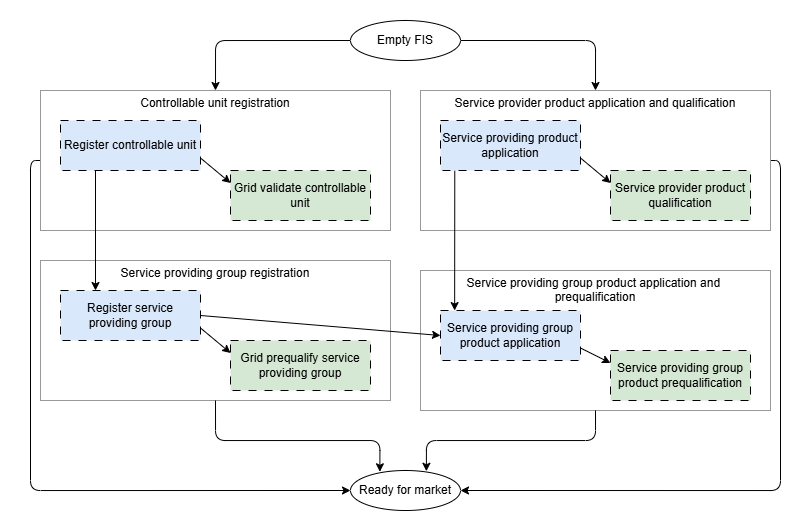
Before: docs/diagrams/ready_for_market.drawio.png, a diagram exported from draw.io (elhub/flex-information-system). Source tidied: cells renumbered, new cells last; positions are measured from the earlier drawing's top-left corner, leaving out a move shared by most shapes. The source it was exported from:
```xml
<mxGraphModel>
  <root>
    <mxCell id="0" />
    <mxCell id="1" parent="0" />
    <mxCell id="2" style="rounded=0;whiteSpace=wrap;html=1;strokeColor=none;" parent="1" vertex="1">
      <mxGeometry width="810" height="530" as="geometry" />
    </mxCell>
    <mxCell id="3" value="&lt;div&gt;Service providing group registration&lt;/div&gt;&lt;div&gt;&lt;br&gt;&lt;/div&gt;&lt;div&gt;&lt;br&gt;&lt;/div&gt;&lt;div&gt;&lt;br&gt;&lt;/div&gt;&lt;div&gt;&lt;br&gt;&lt;/div&gt;&lt;div&gt;&lt;br&gt;&lt;/div&gt;&lt;div&gt;&lt;br&gt;&lt;/div&gt;&lt;div&gt;&lt;br&gt;&lt;/div&gt;&lt;div&gt;&lt;br&gt;&lt;/div&gt;" style="rounded=0;whiteSpace=wrap;html=1;strokeColor=#999999;fontColor=#000000;" parent="1" vertex="1">
      <mxGeometry x="40" y="260" width="350" height="140" as="geometry" />
    </mxCell>
    <mxCell id="4" value="&lt;div&gt;Service providing group product application and&amp;nbsp;&lt;/div&gt;&lt;div&gt;prequalification&lt;/div&gt;&lt;div&gt;&lt;br&gt;&lt;/div&gt;&lt;div&gt;&lt;br&gt;&lt;/div&gt;&lt;div&gt;&lt;br&gt;&lt;/div&gt;&lt;div&gt;&lt;br&gt;&lt;/div&gt;&lt;div&gt;&lt;br&gt;&lt;/div&gt;&lt;div&gt;&lt;br&gt;&lt;/div&gt;&lt;div&gt;&lt;br&gt;&lt;/div&gt;" style="rounded=0;whiteSpace=wrap;html=1;strokeColor=#999999;fontColor=#000000;" parent="1" vertex="1">
      <mxGeometry x="420" y="270" width="350" height="140" as="geometry" />
    </mxCell>
    <mxCell id="5" style="edgeStyle=orthogonalEdgeStyle;html=1;exitX=1;exitY=0.5;exitDx=0;exitDy=0;entryX=1;entryY=0.5;entryDx=0;entryDy=0;" parent="1" edge="1" source="6" target="26">
      <mxGeometry relative="1" as="geometry" />
    </mxCell>
    <mxCell id="6" value="&lt;div&gt;Service provider product application and qualification&lt;/div&gt;&lt;div&gt;&lt;br&gt;&lt;/div&gt;&lt;div&gt;&lt;br&gt;&lt;/div&gt;&lt;div&gt;&lt;br&gt;&lt;/div&gt;&lt;div&gt;&lt;br&gt;&lt;/div&gt;&lt;div&gt;&lt;br&gt;&lt;/div&gt;&lt;div&gt;&lt;br&gt;&lt;/div&gt;&lt;div&gt;&lt;br&gt;&lt;/div&gt;&lt;div&gt;&lt;br&gt;&lt;/div&gt;" style="rounded=0;whiteSpace=wrap;html=1;fontColor=#000000;strokeColor=#999999;" parent="1" vertex="1">
      <mxGeometry x="420" y="90" width="350" height="140" as="geometry" />
    </mxCell>
    <mxCell id="7" style="edgeStyle=orthogonalEdgeStyle;html=1;exitX=0;exitY=0.5;exitDx=0;exitDy=0;entryX=0;entryY=0.5;entryDx=0;entryDy=0;" parent="1" edge="1" source="8" target="26">
      <mxGeometry relative="1" as="geometry" />
    </mxCell>
    <mxCell id="8" value="Controllable unit registration&lt;div&gt;&lt;br&gt;&lt;/div&gt;&lt;div&gt;&lt;br&gt;&lt;/div&gt;&lt;div&gt;&lt;br&gt;&lt;/div&gt;&lt;div&gt;&lt;br&gt;&lt;/div&gt;&lt;div&gt;&lt;br&gt;&lt;/div&gt;&lt;div&gt;&lt;br&gt;&lt;/div&gt;&lt;div&gt;&lt;br&gt;&lt;/div&gt;&lt;div&gt;&lt;br&gt;&lt;/div&gt;" style="rounded=0;whiteSpace=wrap;html=1;strokeColor=#999999;" parent="1" vertex="1">
      <mxGeometry x="40" y="90" width="350" height="140" as="geometry" />
    </mxCell>
    <mxCell id="9" style="edgeStyle=orthogonalEdgeStyle;html=1;exitX=0;exitY=0.5;exitDx=0;exitDy=0;entryX=0.5;entryY=0;entryDx=0;entryDy=0;" parent="1" edge="1" source="11" target="8">
      <mxGeometry relative="1" as="geometry" />
    </mxCell>
    <mxCell id="10" style="edgeStyle=orthogonalEdgeStyle;html=1;exitX=1;exitY=0.5;exitDx=0;exitDy=0;entryX=0.5;entryY=0;entryDx=0;entryDy=0;" parent="1" edge="1" source="11" target="6">
      <mxGeometry relative="1" as="geometry" />
    </mxCell>
    <mxCell id="11" value="Empty FIS" style="ellipse;whiteSpace=wrap;html=1;" parent="1" vertex="1">
      <mxGeometry x="350" y="20" width="110" height="40" as="geometry" />
    </mxCell>
    <mxCell id="12" value="&lt;span style=&quot;color: rgb(0, 0, 0);&quot;&gt;Service providing group product prequalification&lt;/span&gt;" style="rounded=0;whiteSpace=wrap;html=1;dashed=1;dashPattern=8 8;fillColor=#d5e8d4;strokeColor=#000000;" parent="1" vertex="1">
      <mxGeometry x="610" y="350" width="140" height="50" as="geometry" />
    </mxCell>
    <mxCell id="13" style="edgeStyle=none;html=1;exitX=1;exitY=0.75;exitDx=0;exitDy=0;entryX=0;entryY=0.25;entryDx=0;entryDy=0;" parent="1" edge="1" source="15" target="16">
      <mxGeometry relative="1" as="geometry" />
    </mxCell>
    <mxCell id="14" style="edgeStyle=none;html=1;exitX=0.25;exitY=1;exitDx=0;exitDy=0;entryX=0.25;entryY=0;entryDx=0;entryDy=0;" parent="1" edge="1" source="15" target="22">
      <mxGeometry relative="1" as="geometry" />
    </mxCell>
    <mxCell id="15" value="&lt;span style=&quot;color: rgb(0, 0, 0);&quot;&gt;Register controllable unit&lt;/span&gt;" style="rounded=0;whiteSpace=wrap;html=1;dashed=1;dashPattern=8 8;fillColor=#dae8fc;strokeColor=#000000;" parent="1" vertex="1">
      <mxGeometry x="60" y="120" width="140" height="50" as="geometry" />
    </mxCell>
    <mxCell id="16" value="&lt;span style=&quot;color: rgb(0, 0, 0);&quot;&gt;Grid validate controllable unit&lt;/span&gt;" style="rounded=0;whiteSpace=wrap;html=1;dashed=1;dashPattern=8 8;fillColor=#d5e8d4;strokeColor=#000000;" parent="1" vertex="1">
      <mxGeometry x="230" y="170" width="140" height="50" as="geometry" />
    </mxCell>
    <mxCell id="17" style="edgeStyle=none;html=1;exitX=1;exitY=0.75;exitDx=0;exitDy=0;entryX=0;entryY=0.25;entryDx=0;entryDy=0;" parent="1" edge="1" source="18" target="19">
      <mxGeometry relative="1" as="geometry" />
    </mxCell>
    <mxCell id="18" value="&lt;span style=&quot;color: rgb(0, 0, 0);&quot;&gt;Service providing product application&lt;/span&gt;&lt;span style=&quot;font-family: monospace; font-size: 0px; text-align: start; text-wrap-mode: nowrap;&quot;&gt;%3CmxGraphModel%3E%3Croot%3E%3CmxCell%20id%3D%220%22%2F%3E%3CmxCell%20id%3D%221%22%20parent%3D%220%22%2F%3E%3CmxCell%20id%3D%222%22%20value%3D%22%26lt%3Bspan%20style%3D%26quot%3Bcolor%3A%20rgb(0%2C%200%2C%200)%3B%26quot%3B%26gt%3BRegister%20controllable%20unit%26lt%3B%2Fspan%26gt%3B%22%20style%3D%22rounded%3D0%3BwhiteSpace%3Dwrap%3Bhtml%3D1%3B%22%20vertex%3D%221%22%20parent%3D%221%22%3E%3CmxGeometry%20x%3D%22120%22%20y%3D%22170%22%20width%3D%22140%22%20height%3D%2250%22%20as%3D%22geometry%22%2F%3E%3C%2FmxCell%3E%3C%2Froot%3E%3C%2FmxGraphModel%3E&lt;/span&gt;" style="rounded=0;whiteSpace=wrap;html=1;dashed=1;dashPattern=8 8;fillColor=#dae8fc;strokeColor=#000000;" parent="1" vertex="1">
      <mxGeometry x="440" y="120" width="140" height="50" as="geometry" />
    </mxCell>
    <mxCell id="19" value="&lt;span style=&quot;color: rgb(0, 0, 0);&quot;&gt;Service provider product qualification&lt;/span&gt;" style="rounded=0;whiteSpace=wrap;html=1;dashed=1;dashPattern=8 8;fillColor=#d5e8d4;strokeColor=#000000;" parent="1" vertex="1">
      <mxGeometry x="610" y="170" width="140" height="50" as="geometry" />
    </mxCell>
    <mxCell id="20" style="edgeStyle=none;html=1;exitX=1;exitY=0.75;exitDx=0;exitDy=0;entryX=0;entryY=0.25;entryDx=0;entryDy=0;" parent="1" edge="1" source="22" target="23">
      <mxGeometry relative="1" as="geometry" />
    </mxCell>
    <mxCell id="21" style="edgeStyle=none;html=1;exitX=1;exitY=0.5;exitDx=0;exitDy=0;entryX=0;entryY=0.5;entryDx=0;entryDy=0;" parent="1" edge="1" source="22" target="25">
      <mxGeometry relative="1" as="geometry" />
    </mxCell>
    <mxCell id="22" value="&lt;span style=&quot;color: rgb(0, 0, 0);&quot;&gt;Register service providing group&lt;/span&gt;" style="rounded=0;whiteSpace=wrap;html=1;dashed=1;dashPattern=8 8;fillColor=#dae8fc;strokeColor=#000000;" parent="1" vertex="1">
      <mxGeometry x="60" y="290" width="140" height="50" as="geometry" />
    </mxCell>
    <mxCell id="23" value="&lt;span style=&quot;color: rgb(0, 0, 0);&quot;&gt;Grid prequalify service providing group&lt;/span&gt;" style="rounded=0;whiteSpace=wrap;html=1;dashed=1;dashPattern=8 8;fillColor=#d5e8d4;strokeColor=#000000;" parent="1" vertex="1">
      <mxGeometry x="230" y="340" width="140" height="50" as="geometry" />
    </mxCell>
    <mxCell id="24" style="edgeStyle=none;html=1;exitX=1;exitY=0.75;exitDx=0;exitDy=0;entryX=0;entryY=0.25;entryDx=0;entryDy=0;" parent="1" edge="1" source="25" target="12">
      <mxGeometry relative="1" as="geometry" />
    </mxCell>
    <mxCell id="25" value="&lt;span style=&quot;color: rgb(0, 0, 0);&quot;&gt;Service providing group product application&lt;/span&gt;" style="rounded=0;whiteSpace=wrap;html=1;dashed=1;dashPattern=8 8;fillColor=#dae8fc;strokeColor=#000000;" parent="1" vertex="1">
      <mxGeometry x="440" y="310" width="140" height="50" as="geometry" />
    </mxCell>
    <mxCell id="26" value="Ready for market" style="ellipse;whiteSpace=wrap;html=1;" parent="1" vertex="1">
      <mxGeometry x="350" y="470" width="110" height="40" as="geometry" />
    </mxCell>
    <mxCell id="27" style="edgeStyle=none;html=1;exitX=0.102;exitY=1.004;exitDx=0;exitDy=0;entryX=0.101;entryY=0.001;entryDx=0;entryDy=0;entryPerimeter=0;exitPerimeter=0;" parent="1" edge="1" source="18" target="25">
      <mxGeometry relative="1" as="geometry" />
    </mxCell>
    <mxCell id="28" style="edgeStyle=orthogonalEdgeStyle;html=1;exitX=0.5;exitY=1;exitDx=0;exitDy=0;entryX=0.267;entryY=0.032;entryDx=0;entryDy=0;entryPerimeter=0;" parent="1" edge="1" source="3" target="26">
      <mxGeometry relative="1" as="geometry">
        <Array as="points">
          <mxPoint x="215" y="440" />
          <mxPoint x="379" y="440" />
        </Array>
      </mxGeometry>
    </mxCell>
    <mxCell id="29" style="edgeStyle=orthogonalEdgeStyle;html=1;exitX=0.5;exitY=1;exitDx=0;exitDy=0;entryX=0.69;entryY=0.019;entryDx=0;entryDy=0;entryPerimeter=0;" parent="1" edge="1" source="4" target="26">
      <mxGeometry relative="1" as="geometry">
        <Array as="points">
          <mxPoint x="595" y="440" />
          <mxPoint x="426" y="440" />
        </Array>
      </mxGeometry>
    </mxCell>
  </root>
</mxGraphModel>
```
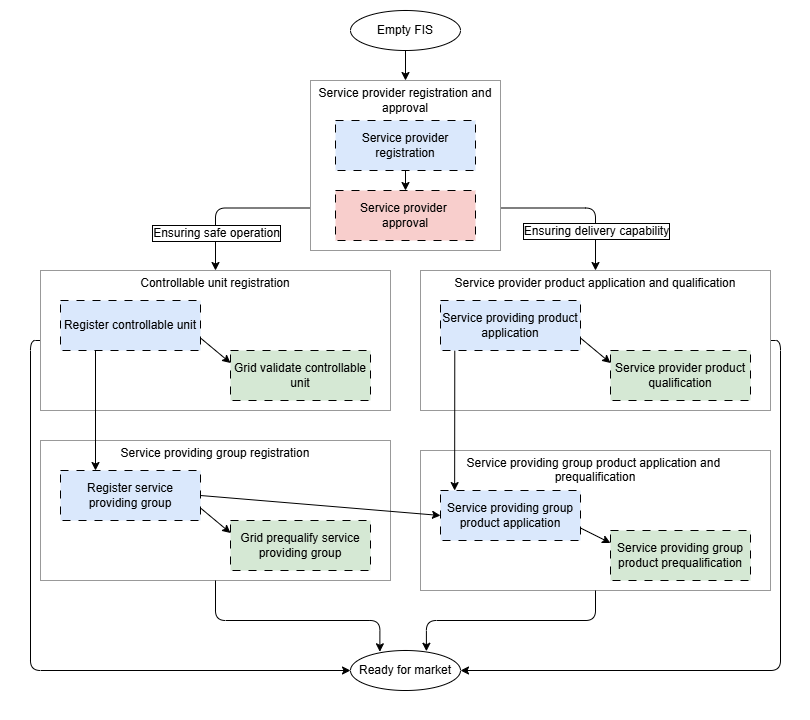
Later version of the same file.

Commit message:
Fixed review comments

Fixed review comments for get ready for market guide.

The edit, as a diff of the source:
```diff
@@ -3,8 +3,25 @@
     <mxCell id="0" />
     <mxCell id="1" parent="0" />
     <mxCell id="2" style="rounded=0;whiteSpace=wrap;html=1;strokeColor=none;" parent="1" vertex="1">
-      <mxGeometry width="810" height="530" as="geometry" />
+      <mxGeometry y="-180" width="810" height="720" as="geometry" />
     </mxCell>
+    <mxCell id="30" style="edgeStyle=orthogonalEdgeStyle;html=1;exitX=1;exitY=0.75;exitDx=0;exitDy=0;entryX=0.5;entryY=0;entryDx=0;entryDy=0;" parent="1" edge="1" source="34" target="6">
+      <mxGeometry relative="1" as="geometry" />
+    </mxCell>
+    <mxCell id="31" value="Ensuring delivery capability" style="edgeLabel;html=1;align=center;verticalAlign=middle;labelBorderColor=default;spacingLeft=0;spacingTop=0;spacing=2;fontSize=12;" parent="30" vertex="1">
+      <mxGeometry x="0.4" y="-2" relative="1" as="geometry">
+        <mxPoint x="2" y="7" as="offset" />
+      </mxGeometry>
+    </mxCell>
+    <mxCell id="32" style="edgeStyle=orthogonalEdgeStyle;html=1;exitX=0;exitY=0.75;exitDx=0;exitDy=0;entryX=0.5;entryY=0;entryDx=0;entryDy=0;" parent="1" edge="1" source="34" target="8">
+      <mxGeometry relative="1" as="geometry" />
+    </mxCell>
+    <mxCell id="33" value="Ensuring safe operation" style="edgeLabel;html=1;align=center;verticalAlign=middle;labelBorderColor=default;spacingTop=0;spacingLeft=0;labelPadding=0;fontSize=12;" parent="32" vertex="1">
+      <mxGeometry x="0.53" relative="1" as="geometry" />
+    </mxCell>
+    <mxCell id="34" value="Service provider registration and approval&lt;br&gt;&lt;div&gt;&lt;br&gt;&lt;/div&gt;&lt;div&gt;&lt;br&gt;&lt;/div&gt;&lt;div&gt;&lt;br&gt;&lt;/div&gt;&lt;div&gt;&lt;br&gt;&lt;/div&gt;&lt;div&gt;&lt;br&gt;&lt;/div&gt;&lt;div&gt;&lt;br&gt;&lt;/div&gt;&lt;div&gt;&lt;br&gt;&lt;/div&gt;&lt;div&gt;&lt;br&gt;&lt;/div&gt;&lt;div&gt;&lt;br&gt;&lt;/div&gt;" style="rounded=0;whiteSpace=wrap;html=1;strokeColor=#999999;" parent="1" vertex="1">
+      <mxGeometry x="310" y="-100" width="190" height="170" as="geometry" />
+    </mxCell>
     <mxCell id="3" value="&lt;div&gt;Service providing group registration&lt;/div&gt;&lt;div&gt;&lt;br&gt;&lt;/div&gt;&lt;div&gt;&lt;br&gt;&lt;/div&gt;&lt;div&gt;&lt;br&gt;&lt;/div&gt;&lt;div&gt;&lt;br&gt;&lt;/div&gt;&lt;div&gt;&lt;br&gt;&lt;/div&gt;&lt;div&gt;&lt;br&gt;&lt;/div&gt;&lt;div&gt;&lt;br&gt;&lt;/div&gt;&lt;div&gt;&lt;br&gt;&lt;/div&gt;" style="rounded=0;whiteSpace=wrap;html=1;strokeColor=#999999;fontColor=#000000;" parent="1" vertex="1">
       <mxGeometry x="40" y="260" width="350" height="140" as="geometry" />
     </mxCell>
@@ -23,14 +40,11 @@
     <mxCell id="8" value="Controllable unit registration&lt;div&gt;&lt;br&gt;&lt;/div&gt;&lt;div&gt;&lt;br&gt;&lt;/div&gt;&lt;div&gt;&lt;br&gt;&lt;/div&gt;&lt;div&gt;&lt;br&gt;&lt;/div&gt;&lt;div&gt;&lt;br&gt;&lt;/div&gt;&lt;div&gt;&lt;br&gt;&lt;/div&gt;&lt;div&gt;&lt;br&gt;&lt;/div&gt;&lt;div&gt;&lt;br&gt;&lt;/div&gt;" style="rounded=0;whiteSpace=wrap;html=1;strokeColor=#999999;" parent="1" vertex="1">
       <mxGeometry x="40" y="90" width="350" height="140" as="geometry" />
     </mxCell>
-    <mxCell id="9" style="edgeStyle=orthogonalEdgeStyle;html=1;exitX=0;exitY=0.5;exitDx=0;exitDy=0;entryX=0.5;entryY=0;entryDx=0;entryDy=0;" parent="1" edge="1" source="11" target="8">
-      <mxGeometry relative="1" as="geometry" />
-    </mxCell>
-    <mxCell id="10" style="edgeStyle=orthogonalEdgeStyle;html=1;exitX=1;exitY=0.5;exitDx=0;exitDy=0;entryX=0.5;entryY=0;entryDx=0;entryDy=0;" parent="1" edge="1" source="11" target="6">
-      <mxGeometry relative="1" as="geometry" />
-    </mxCell>
+    <mxCell id="35" style="edgeStyle=none;html=1;exitX=0.5;exitY=1;exitDx=0;exitDy=0;entryX=0.5;entryY=0;entryDx=0;entryDy=0;" parent="1" edge="1" source="11" target="34">
+      <mxGeometry relative="1" as="geometry" />
+    </mxCell>
     <mxCell id="11" value="Empty FIS" style="ellipse;whiteSpace=wrap;html=1;" parent="1" vertex="1">
-      <mxGeometry x="350" y="20" width="110" height="40" as="geometry" />
+      <mxGeometry x="350" y="-170" width="110" height="40" as="geometry" />
     </mxCell>
     <mxCell id="12" value="&lt;span style=&quot;color: rgb(0, 0, 0);&quot;&gt;Service providing group product prequalification&lt;/span&gt;" style="rounded=0;whiteSpace=wrap;html=1;dashed=1;dashPattern=8 8;fillColor=#d5e8d4;strokeColor=#000000;" parent="1" vertex="1">
       <mxGeometry x="610" y="350" width="140" height="50" as="geometry" />
@@ -96,5 +110,14 @@
         </Array>
       </mxGeometry>
     </mxCell>
+    <mxCell id="36" style="edgeStyle=none;html=1;exitX=0.5;exitY=1;exitDx=0;exitDy=0;entryX=0.5;entryY=0;entryDx=0;entryDy=0;" parent="1" edge="1" source="37" target="38">
+      <mxGeometry relative="1" as="geometry" />
+    </mxCell>
+    <mxCell id="37" value="&lt;span style=&quot;color: rgb(0, 0, 0);&quot;&gt;Service provider registration&lt;/span&gt;" style="rounded=0;whiteSpace=wrap;html=1;dashed=1;dashPattern=8 8;fillColor=#dae8fc;strokeColor=#000000;" parent="1" vertex="1">
+      <mxGeometry x="335" y="-60" width="140" height="50" as="geometry" />
+    </mxCell>
+    <mxCell id="38" value="&lt;span style=&quot;color: rgb(0, 0, 0);&quot;&gt;Service provider&amp;nbsp;&lt;/span&gt;&lt;div&gt;&lt;span style=&quot;color: rgb(0, 0, 0);&quot;&gt;approval&lt;/span&gt;&lt;/div&gt;" style="rounded=0;whiteSpace=wrap;html=1;dashed=1;dashPattern=8 8;fillColor=#f8cecc;strokeColor=light-dark(#000000, #d7817e);" parent="1" vertex="1">
+      <mxGeometry x="335" y="10" width="140" height="50" as="geometry" />
+    </mxCell>
   </root>
 </mxGraphModel>
```
